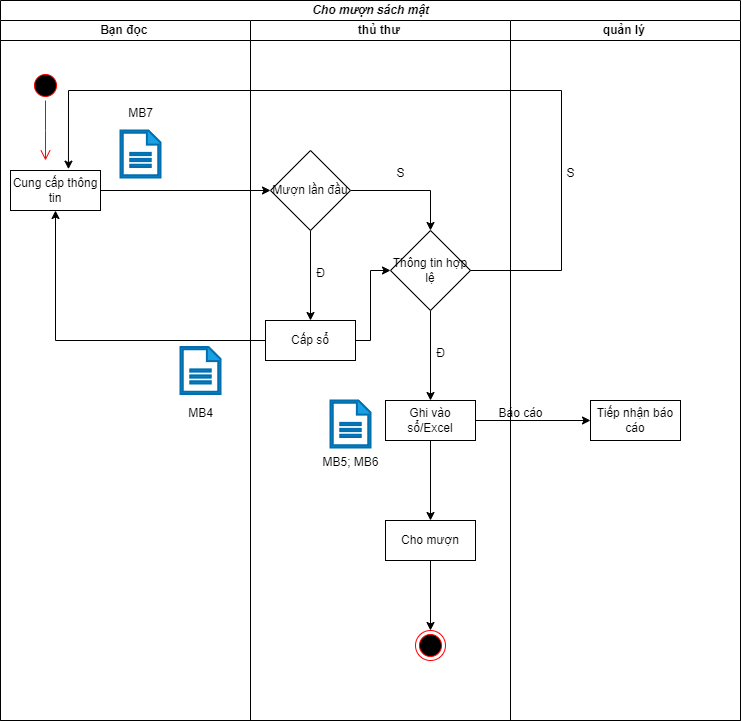
The draw.io diagram bài tap lớn/Biểu đồ hoạt động-Cho mượn sách mật.drawio.png in vqh17062001/PTTKHT, before a commit. Source tidied: cells renumbered, new cells last; positions are measured from the earlier drawing's top-left corner, leaving out a move shared by most shapes.
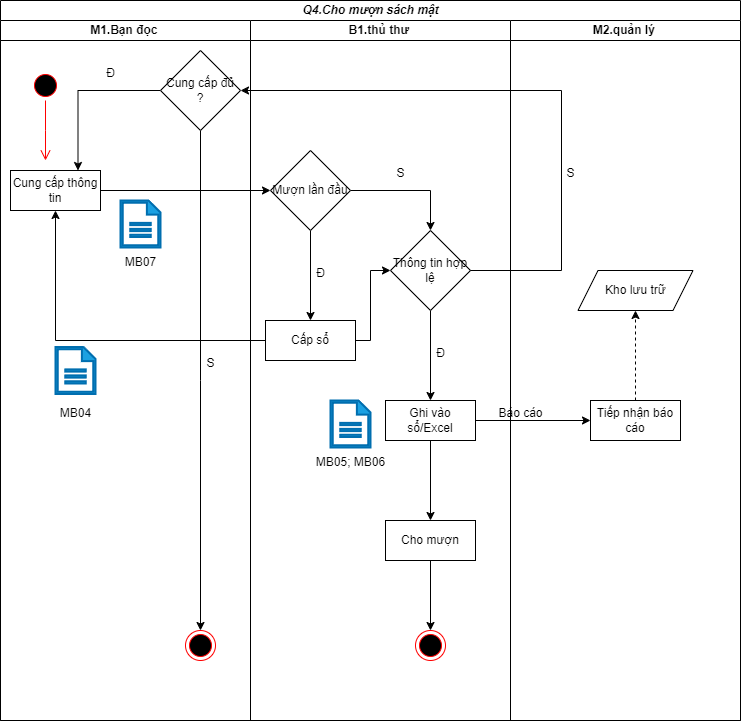
Later version of the same file.

Change to the diagram source:
```diff
@@ -2,10 +2,10 @@
   <root>
     <mxCell id="0" />
     <mxCell id="1" parent="0" />
-    <mxCell id="2" value="&lt;b&gt;&lt;i&gt;Cho mượn sách mật&lt;/i&gt;&lt;/b&gt;" style="swimlane;startSize=20;html=1;" parent="1" vertex="1">
+    <mxCell id="2" value="&lt;b&gt;&lt;i&gt;Q4.Cho mượn sách mật&lt;/i&gt;&lt;/b&gt;" style="swimlane;startSize=20;html=1;" parent="1" vertex="1">
       <mxGeometry width="740" height="720" as="geometry" />
     </mxCell>
-    <mxCell id="3" value="&lt;b&gt;Bạn đọc&amp;nbsp;&lt;/b&gt;" style="swimlane;startSize=20;html=1;" parent="2" vertex="1">
+    <mxCell id="3" value="&lt;b&gt;M1.Bạn đọc&amp;nbsp;&lt;/b&gt;" style="swimlane;startSize=20;html=1;" parent="2" vertex="1">
       <mxGeometry y="20" width="250" height="700" as="geometry" />
     </mxCell>
     <mxCell id="4" style="ellipse;html=1;shape=startState;fillColor=#000000;strokeColor=#ff0000;" parent="3" vertex="1">
@@ -20,12 +20,32 @@
       <mxGeometry x="10" y="150" width="90" height="40" as="geometry" />
     </mxCell>
     <mxCell id="7" style="sketch=0;shadow=0;html=1;strokeColor=#006EAF;fillColor=#1ba1e2;labelPosition=center;verticalLabelPosition=bottom;verticalAlign=top;align=center;shape=mxgraph.office.concepts.document;fontColor=#ffffff;strokeWidth=2;" parent="3" vertex="1">
-      <mxGeometry x="120" y="110" width="40" height="47" as="geometry" />
+      <mxGeometry x="120" y="180" width="40" height="47" as="geometry" />
     </mxCell>
+    <mxCell id="36" value="MB07" style="text;html=1;align=center;verticalAlign=middle;strokeColor=none;fillColor=none;" parent="3" vertex="1">
+      <mxGeometry x="115" y="227" width="50" height="30" as="geometry" />
+    </mxCell>
     <mxCell id="8" style="sketch=0;shadow=0;html=1;strokeColor=#006EAF;fillColor=#1ba1e2;labelPosition=center;verticalLabelPosition=bottom;verticalAlign=top;align=center;shape=mxgraph.office.concepts.document;fontColor=#ffffff;strokeWidth=2;" parent="3" vertex="1">
-      <mxGeometry x="180" y="326.5" width="40" height="47" as="geometry" />
+      <mxGeometry x="55" y="326.5" width="40" height="47" as="geometry" />
     </mxCell>
+    <mxCell id="35" value="MB04" style="text;html=1;align=center;verticalAlign=middle;strokeColor=none;fillColor=none;" parent="3" vertex="1">
+      <mxGeometry x="50" y="378" width="50" height="30" as="geometry" />
+    </mxCell>
+    <mxCell id="37" style="edgeStyle=orthogonalEdgeStyle;rounded=0;jettySize=auto;html=1;entryX=0.75;entryY=0;entryDx=0;entryDy=0;" parent="3" edge="1" source="39" target="6">
+      <mxGeometry relative="1" as="geometry" />
+    </mxCell>
+    <mxCell id="38" style="edgeStyle=orthogonalEdgeStyle;rounded=0;jettySize=auto;html=1;" parent="3" edge="1" source="39">
+      <mxGeometry relative="1" as="geometry">
+        <mxPoint x="200" y="610" as="targetPoint" />
+      </mxGeometry>
+    </mxCell>
+    <mxCell id="39" value="Cung cấp đủ ?" style="rhombus;whiteSpace=wrap;html=1;" parent="3" vertex="1">
+      <mxGeometry x="160" y="30" width="80" height="80" as="geometry" />
+    </mxCell>
+    <mxCell id="40" style="ellipse;html=1;shape=endState;fillColor=#000000;strokeColor=#ff0000;" parent="3" vertex="1">
+      <mxGeometry x="185" y="610" width="30" height="30" as="geometry" />
+    </mxCell>
-    <mxCell id="9" value="&lt;b&gt;thủ thư&amp;nbsp;&lt;/b&gt;" style="swimlane;startSize=20;html=1;" parent="2" vertex="1">
+    <mxCell id="9" value="&lt;b&gt;B1.thủ thư&amp;nbsp;&lt;/b&gt;" style="swimlane;startSize=20;html=1;" parent="2" vertex="1">
       <mxGeometry x="250" y="20" width="260" height="700" as="geometry" />
     </mxCell>
     <mxCell id="10" style="edgeStyle=orthogonalEdgeStyle;rounded=0;jettySize=auto;html=1;entryX=0.5;entryY=0;entryDx=0;entryDy=0;" parent="9" edge="1" source="12" target="20">
@@ -72,15 +92,21 @@
     <mxCell id="22" style="sketch=0;shadow=0;html=1;strokeColor=#006EAF;fillColor=#1ba1e2;labelPosition=center;verticalLabelPosition=bottom;verticalAlign=top;align=center;shape=mxgraph.office.concepts.document;fontColor=#ffffff;strokeWidth=2;" parent="9" vertex="1">
       <mxGeometry x="80" y="380" width="40" height="47" as="geometry" />
     </mxCell>
-    <mxCell id="23" value="MB5; MB6" style="text;html=1;align=center;verticalAlign=middle;strokeColor=none;fillColor=none;" parent="9" vertex="1">
-      <mxGeometry x="60" y="427" width="80" height="30" as="geometry" />
+    <mxCell id="23" value="MB05; MB06" style="text;html=1;align=center;verticalAlign=middle;strokeColor=none;fillColor=none;" parent="9" vertex="1">
+      <mxGeometry x="55" y="427" width="90" height="30" as="geometry" />
     </mxCell>
-    <mxCell id="24" value="&lt;b&gt;quản lý&amp;nbsp;&lt;/b&gt;" style="swimlane;startSize=20;html=1;" parent="2" vertex="1">
+    <mxCell id="24" value="&lt;b&gt;M2.quản lý&amp;nbsp;&lt;/b&gt;" style="swimlane;startSize=20;html=1;" parent="2" vertex="1">
       <mxGeometry x="510" y="20" width="230" height="700" as="geometry" />
     </mxCell>
+    <mxCell id="41" style="edgeStyle=orthogonalEdgeStyle;rounded=0;jettySize=auto;html=1;entryX=0.5;entryY=1;entryDx=0;entryDy=0;dashed=1;" parent="24" edge="1" source="25" target="42">
+      <mxGeometry relative="1" as="geometry" />
+    </mxCell>
     <mxCell id="25" value="Tiếp nhận báo cáo" style="rounded=0;whiteSpace=wrap;html=1;" parent="24" vertex="1">
       <mxGeometry x="80" y="380" width="90" height="40" as="geometry" />
     </mxCell>
+    <mxCell id="42" value="Kho lưu trữ" style="shape=parallelogram;perimeter=parallelogramPerimeter;whiteSpace=wrap;html=1;fixedSize=1;" parent="24" vertex="1">
+      <mxGeometry x="67.5" y="250" width="115" height="40" as="geometry" />
+    </mxCell>
     <mxCell id="26" style="edgeStyle=orthogonalEdgeStyle;rounded=0;jettySize=auto;html=1;entryX=0.5;entryY=1;entryDx=0;entryDy=0;" parent="2" edge="1" source="14" target="6">
       <mxGeometry relative="1" as="geometry" />
     </mxCell>
@@ -90,12 +116,11 @@
     <mxCell id="28" style="edgeStyle=orthogonalEdgeStyle;rounded=0;jettySize=auto;html=1;entryX=0;entryY=0.5;entryDx=0;entryDy=0;" parent="2" edge="1" source="16" target="25">
       <mxGeometry relative="1" as="geometry" />
     </mxCell>
-    <mxCell id="29" style="edgeStyle=orthogonalEdgeStyle;rounded=0;jettySize=auto;html=1;entryX=0.644;entryY=-0.033;entryDx=0;entryDy=0;entryPerimeter=0;" parent="2" edge="1" source="20" target="6">
+    <mxCell id="29" style="edgeStyle=orthogonalEdgeStyle;rounded=0;jettySize=auto;html=1;entryX=1;entryY=0.5;entryDx=0;entryDy=0;" parent="2" edge="1" source="20" target="39">
       <mxGeometry relative="1" as="geometry">
         <Array as="points">
           <mxPoint x="561" y="270" />
           <mxPoint x="561" y="90" />
-          <mxPoint x="68" y="90" />
         </Array>
       </mxGeometry>
     </mxCell>
@@ -114,11 +139,11 @@
     <mxCell id="34" value="S" style="text;html=1;align=center;verticalAlign=middle;strokeColor=none;fillColor=none;" parent="1" vertex="1">
       <mxGeometry x="555" y="158" width="30" height="30" as="geometry" />
     </mxCell>
-    <mxCell id="35" value="MB4" style="text;html=1;align=center;verticalAlign=middle;strokeColor=none;fillColor=none;" parent="1" vertex="1">
-      <mxGeometry x="175" y="398" width="50" height="30" as="geometry" />
-    </mxCell>
-    <mxCell id="36" value="MB7" style="text;html=1;align=center;verticalAlign=middle;strokeColor=none;fillColor=none;" parent="1" vertex="1">
-      <mxGeometry x="115" y="98" width="50" height="30" as="geometry" />
-    </mxCell>
+    <mxCell id="43" value="Đ" style="text;html=1;align=center;verticalAlign=middle;strokeColor=none;fillColor=none;" parent="1" vertex="1">
+      <mxGeometry x="95" y="58" width="30" height="30" as="geometry" />
+    </mxCell>
+    <mxCell id="44" value="S" style="text;html=1;align=center;verticalAlign=middle;strokeColor=none;fillColor=none;" parent="1" vertex="1">
+      <mxGeometry x="195" y="348" width="30" height="30" as="geometry" />
+    </mxCell>
   </root>
 </mxGraphModel>
```
